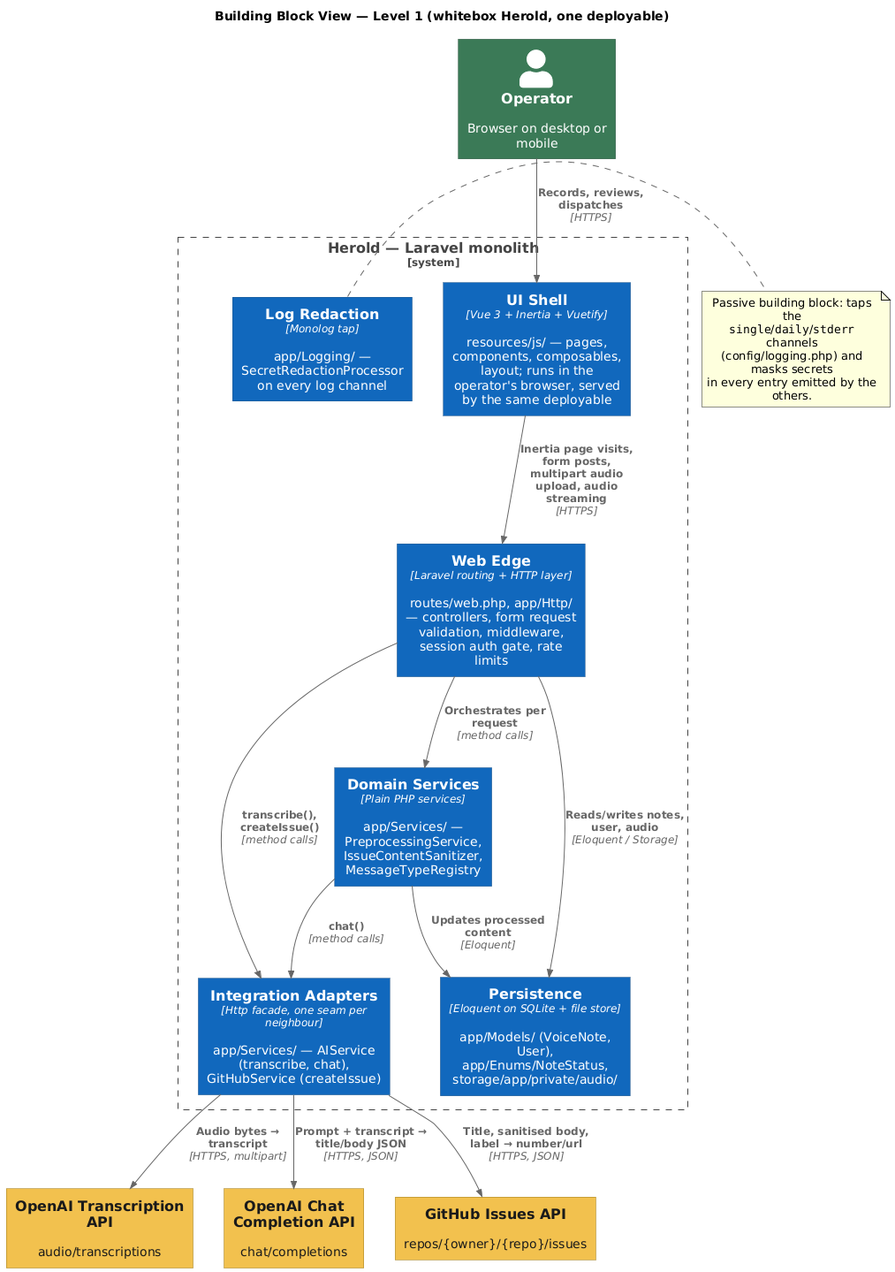
Above: docs/arch/diagrams-png/a05-building-blocks.png in carstenlucke/herold (PlantUML), before the change. Source of this version:
```plantuml
@startuml a05-building-blocks
!include https://raw.githubusercontent.com/plantuml-stdlib/C4-PlantUML/master/C4_Component.puml

UpdateElementStyle("component", $bgColor="#1168BD", $fontColor="#FFFFFF", $borderColor="#0B4884")
UpdateElementStyle("external_system", $bgColor="#F2C14E", $fontColor="#1A1A1A", $borderColor="#9C7A1A")
UpdateElementStyle("person", $bgColor="#3B7A57", $fontColor="#FFFFFF", $borderColor="#26513A")

HIDE_STEREOTYPE()

title Building Block View — Level 1 (whitebox Herold, one deployable)

Person(operator, "Operator", "Browser on desktop or mobile")

System_Boundary(herold, "Herold — Laravel monolith") {
  Component(ui, "UI Shell", "Vue 3 + Inertia + Vuetify", "resources/js/ — pages, components, composables, layout; runs in the operator's browser, served by the same deployable")
  Component(edge, "Web Edge", "Laravel routing + HTTP layer", "routes/web.php, app/Http/ — controllers, form request validation, middleware, session auth gate, rate limits")
  Component(domain, "Domain Services", "Plain PHP services", "app/Services/ — PreprocessingService, IssueContentSanitizer, MessageTypeRegistry")
  Component(adapters, "Integration Adapters", "Http facade, one seam per neighbour", "app/Services/ — AIService (transcribe, chat), GitHubService (createIssue)")
  Component(persistence, "Persistence", "Eloquent on SQLite + file store", "app/Models/ (VoiceNote, User), app/Enums/NoteStatus, storage/app/private/audio/")
  Component(logging, "Log Redaction", "Monolog tap", "app/Logging/ — SecretRedactionProcessor on every log channel")
}

System_Ext(whisper, "OpenAI Transcription API", "audio/transcriptions")
System_Ext(chat, "OpenAI Chat Completion API", "chat/completions")
System_Ext(github, "GitHub Issues API", "repos/{owner}/{repo}/issues")

Rel(operator, ui, "Records, reviews, dispatches", "HTTPS")
Rel(ui, edge, "Inertia page visits, form posts,\nmultipart audio upload, audio streaming", "HTTPS")
Rel(edge, domain, "Orchestrates per request", "method calls")
Rel(edge, adapters, "transcribe(), createIssue()", "method calls")
Rel(domain, adapters, "chat()", "method calls")
Rel(edge, persistence, "Reads/writes notes, user, audio", "Eloquent / Storage")
Rel(domain, persistence, "Updates processed content", "Eloquent")
Rel(adapters, whisper, "Audio bytes → transcript", "HTTPS, multipart")
Rel(adapters, chat, "Prompt + transcript → title/body JSON", "HTTPS, JSON")
Rel(adapters, github, "Title, sanitised body, label → number/url", "HTTPS, JSON")

note right of logging
  Passive building block: taps the
  ""single""/""daily""/""stderr"" channels
  (config/logging.php) and masks secrets
  in every entry emitted by the others.
end note

@enduml
```
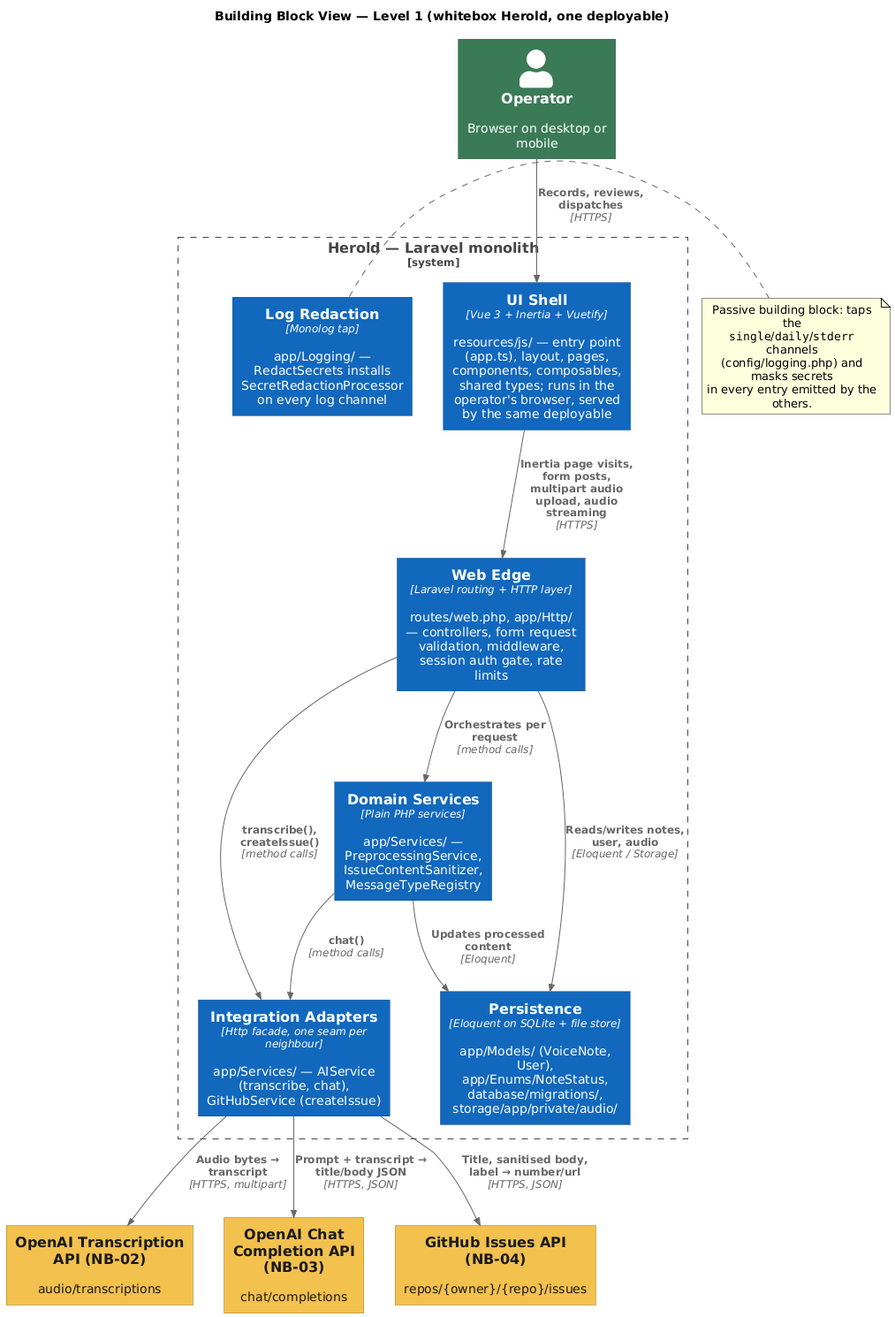
Later version of the same file.

Commit message:
docs(arch): align building-block diagrams across refinement levels

Change to the diagram source:
```diff
@@ -12,17 +12,17 @@
 Person(operator, "Operator", "Browser on desktop or mobile")
 
 System_Boundary(herold, "Herold — Laravel monolith") {
-  Component(ui, "UI Shell", "Vue 3 + Inertia + Vuetify", "resources/js/ — pages, components, composables, layout; runs in the operator's browser, served by the same deployable")
+  Component(ui, "UI Shell", "Vue 3 + Inertia + Vuetify", "resources/js/ — entry point (app.ts), layout, pages, components, composables, shared types; runs in the operator's browser, served by the same deployable")
   Component(edge, "Web Edge", "Laravel routing + HTTP layer", "routes/web.php, app/Http/ — controllers, form request validation, middleware, session auth gate, rate limits")
   Component(domain, "Domain Services", "Plain PHP services", "app/Services/ — PreprocessingService, IssueContentSanitizer, MessageTypeRegistry")
   Component(adapters, "Integration Adapters", "Http facade, one seam per neighbour", "app/Services/ — AIService (transcribe, chat), GitHubService (createIssue)")
-  Component(persistence, "Persistence", "Eloquent on SQLite + file store", "app/Models/ (VoiceNote, User), app/Enums/NoteStatus, storage/app/private/audio/")
-  Component(logging, "Log Redaction", "Monolog tap", "app/Logging/ — SecretRedactionProcessor on every log channel")
+  Component(persistence, "Persistence", "Eloquent on SQLite + file store", "app/Models/ (VoiceNote, User), app/Enums/NoteStatus, database/migrations/, storage/app/private/audio/")
+  Component(logging, "Log Redaction", "Monolog tap", "app/Logging/ — RedactSecrets installs SecretRedactionProcessor on every log channel")
 }
 
-System_Ext(whisper, "OpenAI Transcription API", "audio/transcriptions")
-System_Ext(chat, "OpenAI Chat Completion API", "chat/completions")
-System_Ext(github, "GitHub Issues API", "repos/{owner}/{repo}/issues")
+System_Ext(whisper, "OpenAI Transcription API (NB-02)", "audio/transcriptions")
+System_Ext(chat, "OpenAI Chat Completion API (NB-03)", "chat/completions")
+System_Ext(github, "GitHub Issues API (NB-04)", "repos/{owner}/{repo}/issues")
 
 Rel(operator, ui, "Records, reviews, dispatches", "HTTPS")
 Rel(ui, edge, "Inertia page visits, form posts,\nmultipart audio upload, audio streaming", "HTTPS")
```
